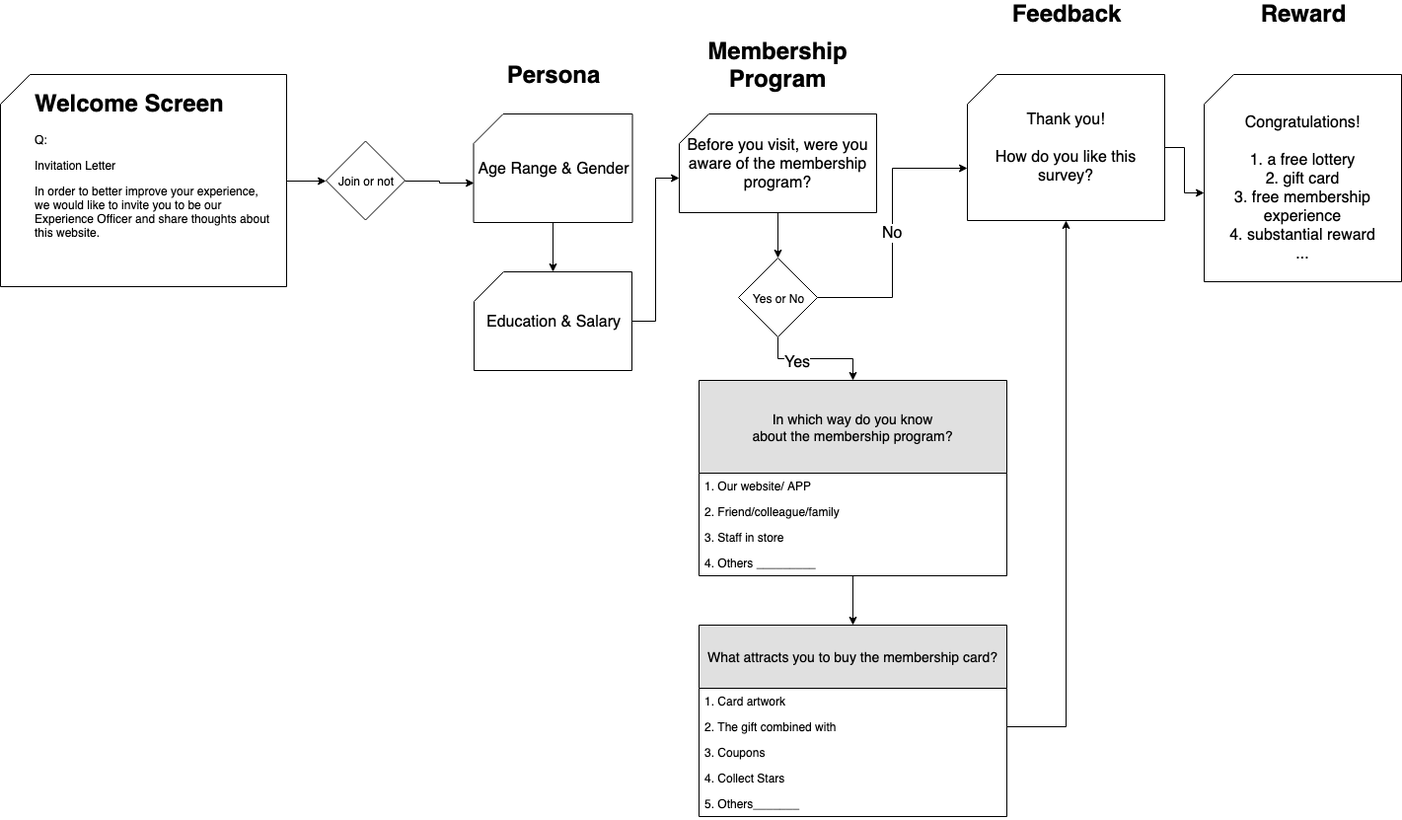
danyao730/On-page-Survey keeps this draw.io diagram as membership questionnaire .png. Above is the earlier version. Source tidied: cells renumbered, new cells last; positions are measured from the earlier drawing's top-left corner, leaving out a move shared by most shapes.
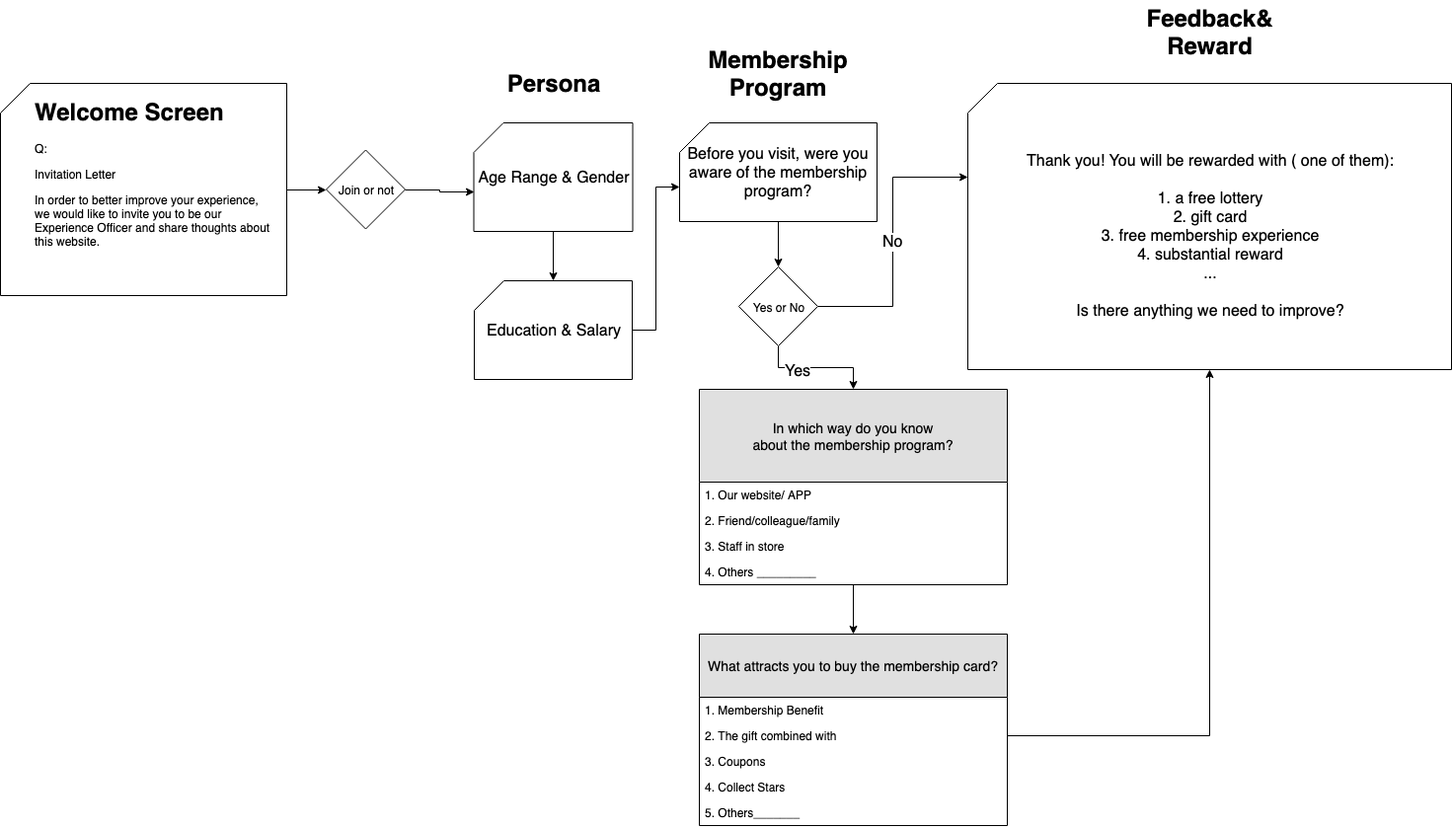
Above is the later version.

Change to the diagram source:
```diff
@@ -53,8 +53,8 @@
     <mxCell id="18" value="Membership Program" style="text;html=1;strokeColor=none;fillColor=none;align=center;verticalAlign=middle;whiteSpace=wrap;rounded=0;fontSize=24;fontStyle=1;" parent="1" vertex="1">
       <mxGeometry x="768" y="52" width="40" height="20" as="geometry" />
     </mxCell>
-    <mxCell id="19" value="Feedback" style="text;html=1;strokeColor=none;fillColor=none;align=center;verticalAlign=middle;whiteSpace=wrap;rounded=0;fontSize=24;fontStyle=1;" parent="1" vertex="1">
-      <mxGeometry x="1060" y="-0.5" width="40" height="20" as="geometry" />
+    <mxCell id="19" value="Feedback&amp;amp; Reward" style="text;html=1;strokeColor=none;fillColor=none;align=center;verticalAlign=middle;whiteSpace=wrap;rounded=0;fontSize=24;fontStyle=1;" parent="1" vertex="1">
+      <mxGeometry x="1162" y="-12" width="126" height="63" as="geometry" />
     </mxCell>
     <mxCell id="20" style="edgeStyle=orthogonalEdgeStyle;rounded=0;jettySize=auto;html=1;entryX=0.5;entryY=0;entryDx=0;entryDy=0;fontSize=16;" parent="1" edge="1" source="21" target="26">
       <mxGeometry relative="1" as="geometry" />
@@ -77,7 +77,7 @@
     <mxCell id="26" value="What attracts you to buy the membership card?" style="swimlane;fontStyle=0;horizontal=1;startSize=64;fillColor=#e0e0e0;swimlaneFillColor=#ffffff;align=center;fontSize=14;" parent="1" vertex="1">
       <mxGeometry x="708" y="630" width="312" height="194" as="geometry" />
     </mxCell>
-    <mxCell id="27" value="1. Card artwork" style="text;strokeColor=none;fillColor=none;spacingLeft=4;spacingRight=4;overflow=hidden;fontSize=12;" parent="26" vertex="1">
+    <mxCell id="27" value="1. Membership Benefit" style="text;strokeColor=none;fillColor=none;spacingLeft=4;spacingRight=4;overflow=hidden;fontSize=12;" parent="26" vertex="1">
       <mxGeometry y="64" width="312" height="26" as="geometry" />
     </mxCell>
     <mxCell id="28" value="2. The gift combined with" style="text;strokeColor=none;fillColor=none;spacingLeft=4;spacingRight=4;overflow=hidden;points=[[0,0.5],[1,0.5]];portConstraint=eastwest;fontSize=12;" parent="26" vertex="1">
@@ -92,20 +92,11 @@
     <mxCell id="31" value="5. Others_______" style="text;strokeColor=none;fillColor=none;spacingLeft=4;spacingRight=4;overflow=hidden;fontSize=12;" parent="26" vertex="1">
       <mxGeometry y="168" width="312" height="26" as="geometry" />
     </mxCell>
-    <mxCell id="32" style="edgeStyle=orthogonalEdgeStyle;rounded=0;jettySize=auto;html=1;exitX=1;exitY=0.5;exitDx=0;exitDy=0;exitPerimeter=0;entryX=0;entryY=0;entryDx=0;entryDy=120;entryPerimeter=0;fontSize=16;" parent="1" edge="1" source="33" target="36">
-      <mxGeometry relative="1" as="geometry" />
-    </mxCell>
-    <mxCell id="33" value="Thank you!&lt;br&gt;&lt;br&gt;How do you like this survey?&lt;br&gt;" style="shape=card;whiteSpace=wrap;html=1;fontSize=16;" parent="1" vertex="1">
-      <mxGeometry x="980" y="72" width="200" height="148" as="geometry" />
+    <mxCell id="33" value="&lt;br&gt;Thank you! You will be rewarded with ( one of them):&lt;br&gt;&lt;br&gt;1. a free lottery&lt;br&gt;2. gift card&lt;br&gt;3. free membership experience&lt;br&gt;4. substantial reward&lt;br&gt;...&lt;br&gt;&lt;br&gt;Is there anything we need to improve?&lt;br&gt;" style="shape=card;whiteSpace=wrap;html=1;fontSize=16;" parent="1" vertex="1">
+      <mxGeometry x="980" y="72" width="490" height="290" as="geometry" />
     </mxCell>
     <mxCell id="34" style="edgeStyle=orthogonalEdgeStyle;rounded=0;jettySize=auto;html=1;exitX=1;exitY=0.5;exitDx=0;exitDy=0;fontSize=16;entryX=0.5;entryY=1;entryDx=0;entryDy=0;entryPerimeter=0;" parent="1" edge="1" source="28" target="33">
       <mxGeometry relative="1" as="geometry" />
     </mxCell>
-    <mxCell id="35" value="Reward" style="text;html=1;strokeColor=none;fillColor=none;align=center;verticalAlign=middle;whiteSpace=wrap;rounded=0;fontSize=24;fontStyle=1;" parent="1" vertex="1">
-      <mxGeometry x="1300" y="-0.5" width="40" height="20" as="geometry" />
-    </mxCell>
-    <mxCell id="36" value="&lt;br&gt;Congratulations!&lt;br&gt;&lt;br&gt;1. a free lottery&lt;br&gt;2. gift card&lt;br&gt;3. free membership experience&lt;br&gt;4. substantial reward&lt;br&gt;...&lt;br&gt;" style="shape=card;whiteSpace=wrap;html=1;fontSize=16;" parent="1" vertex="1">
-      <mxGeometry x="1220" y="72" width="200" height="210" as="geometry" />
-    </mxCell>
   </root>
 </mxGraphModel>
```
